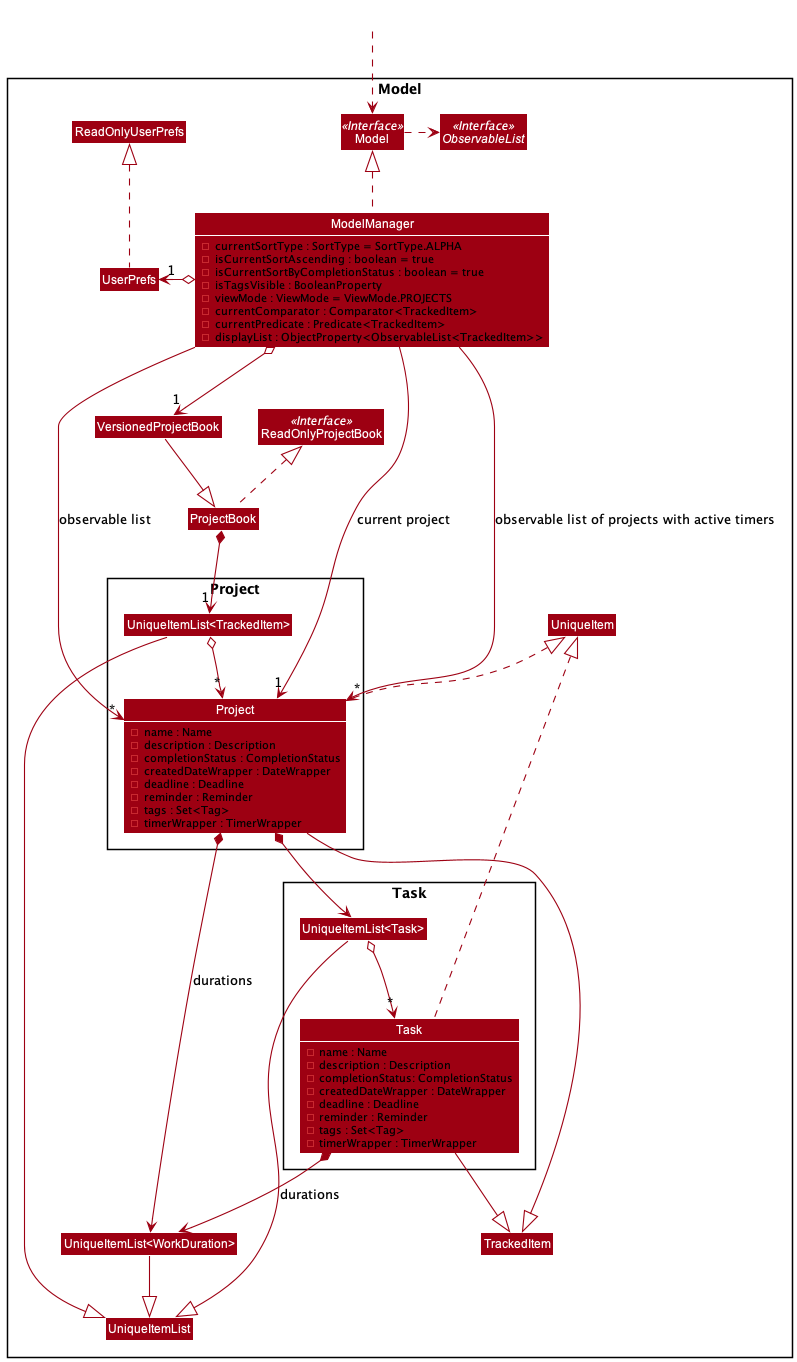
The PlantUML diagram docs/images/ModelClassDiagram.png in pr4aveen/tp, before a commit.
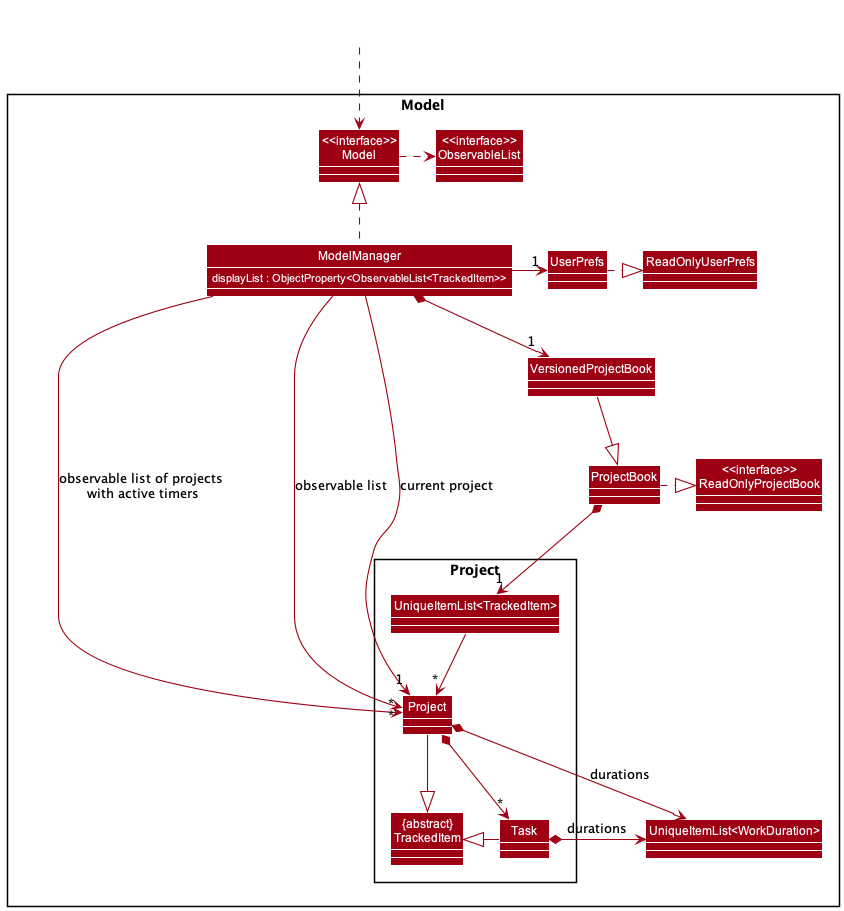
After the change.

Change to the diagram source:
```diff
@@ -1,99 +1,55 @@
 @startuml
-!include style.puml
+!include detailed_style.puml
 skinparam arrowThickness 1.1
 skinparam arrowColor MODEL_COLOR
 skinparam classBackgroundColor MODEL_COLOR
 
 Package Model <<Rectangle>> {
-Interface ReadOnlyProjectBook <<Interface>>
-Interface Model <<Interface>>
-Interface ObservableList <<Interface>>
+Class "<<interface>>\nReadOnlyProjectBook" as ReadOnlyProjectBook
+Class  "<<interface>>\nModel" as Model
+Class ModelManager {
+displayList : ObjectProperty<ObservableList<TrackedItem>>
+}
+Class  "<<interface>>\nObservableList" as ObservableList
 Class VersionedProjectBook
 Class ProjectBook
 Class ReadOnlyProjectBook
-Class Model
-Class ModelManager {
-- currentSortType : SortType = SortType.ALPHA
-- isCurrentSortAscending : boolean = true
-- isCurrentSortByCompletionStatus : boolean = true
-- isTagsVisible : BooleanProperty
-- viewMode : ViewMode = ViewMode.PROJECTS
-- currentComparator : Comparator<TrackedItem>
-- currentPredicate : Predicate<TrackedItem>
-- displayList : ObjectProperty<ObservableList<TrackedItem>>
-}
 Class UserPrefs
 Class ReadOnlyUserPrefs
-Class UniqueItem
-Class UniqueItemList
 Class "UniqueItemList<WorkDuration>"
-Class TrackedItem
 
 Package Project {
-Class Project {
-- name : Name
-- description : Description
-- completionStatus : CompletionStatus
-- createdDateWrapper : DateWrapper
-- deadline : Deadline
-- reminder : Reminder
-- tags : Set<Tag>
-- timerWrapper : TimerWrapper
-}
 Class "UniqueItemList<TrackedItem>"
+Class "{abstract}\nTrackedItem" as TrackedItem
+Class Project
+Class Task
 }
 
-Package Task {
-Class "UniqueItemList<Task>"
-
-Class Task {
-- name : Name
-- description : Description
-- completionStatus: CompletionStatus
-- createdDateWrapper : DateWrapper
-- deadline : Deadline
-- reminder : Reminder
-- tags : Set<Tag>
-- timerWrapper : TimerWrapper
-}
-
-}
 }
 
 Class HiddenOutside #FFFFFF
 HiddenOutside ..> Model
 
 VersionedProjectBook --|> ProjectBook
-ProjectBook .up.|> ReadOnlyProjectBook
+ProjectBook .right.|> ReadOnlyProjectBook
 
 ModelManager .up.|> Model
 Model .right.> ObservableList
-ModelManager o--> "1" VersionedProjectBook
-ModelManager o-left-> "1" UserPrefs
-UserPrefs .up.|> ReadOnlyUserPrefs
+ModelManager *--> "1" VersionedProjectBook
+ModelManager -right-> "1" UserPrefs
+UserPrefs .right.|> ReadOnlyUserPrefs
 
 ProjectBook *--> "1" "UniqueItemList<TrackedItem>"
-"UniqueItemList<TrackedItem>" o--> "*" Project
-Project .up.|> UniqueItem
+"UniqueItemList<TrackedItem>" --> "*" Project
 Project --|> TrackedItem
-Project *--> "UniqueItemList<Task>"
-Project *--> "UniqueItemList<WorkDuration>" : durations
+Project *--> "*" Task
+Task -left-|> TrackedItem
+Project *-right-> "UniqueItemList<WorkDuration>" : durations
+Task *-right-> "UniqueItemList<WorkDuration>" : durations
 
 
-"UniqueItemList<Task>" o--> "*" Task
-Task .up.|> UniqueItem
-Task --|> TrackedItem
-Task *--> "UniqueItemList<WorkDuration>" : durations
-
-"UniqueItemList<WorkDuration>" --|> UniqueItemList
-"UniqueItemList<TrackedItem>" --|> UniqueItemList
-"UniqueItemList<Task>" --|> UniqueItemList
-
+ModelManager -->"*" Project : observable list of projects\n with active timers
 ModelManager -->"*" Project : observable list
 ModelManager -->"1" Project : current project
-ModelManager -->"*" Project : observable list of projects with active timers
 
-show ModelManager attributes
-show Project attributes
-show Task attributes
 @enduml
```
